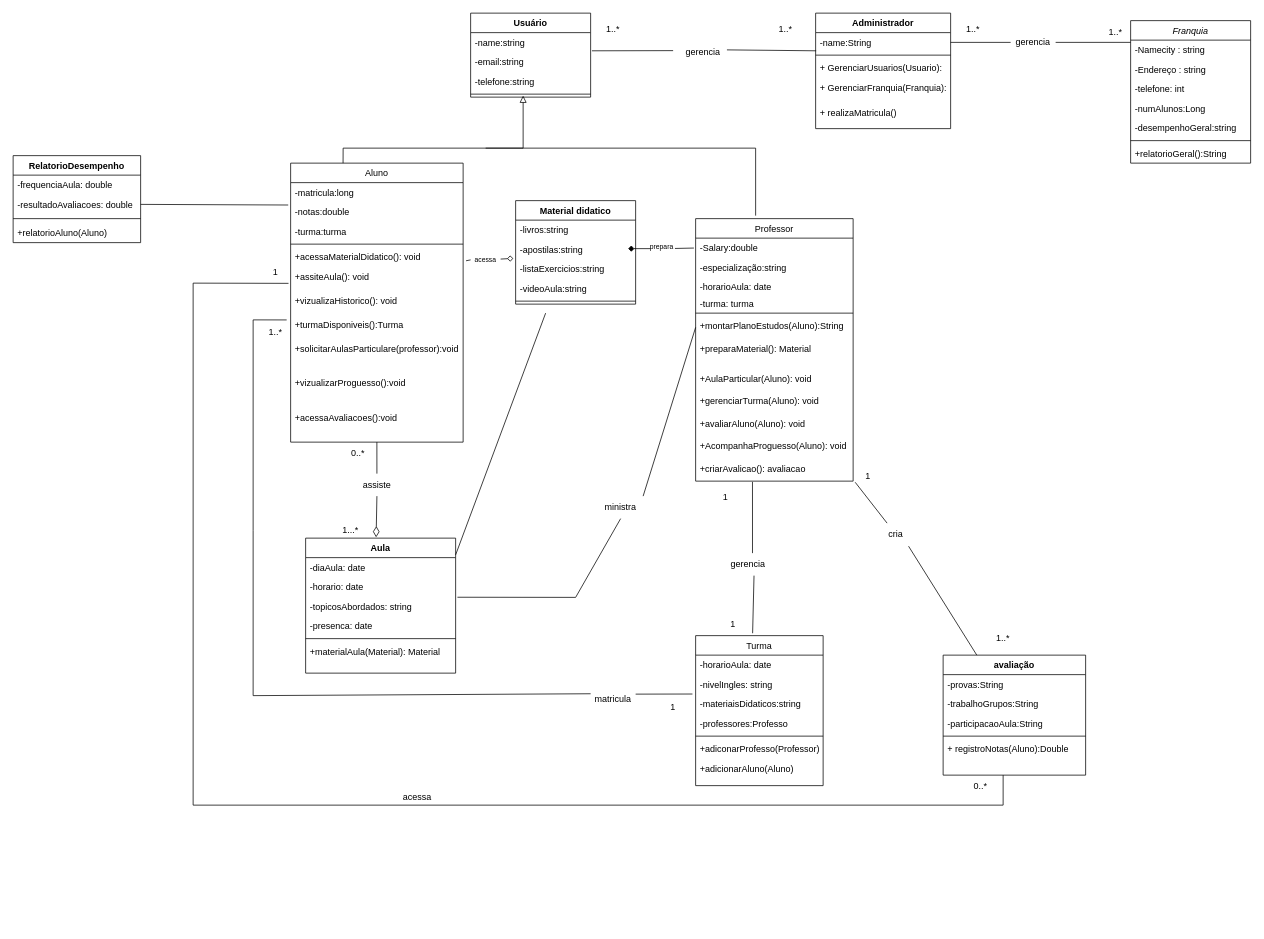
The draw.io diagram Diagrama-Classes/Escola-Ingles.drawio in Wal221/ProjetoWeb2, before the edit. Source tidied: cells renumbered, new cells numbered last; positions are measured from the earlier drawing's top-left corner, leaving out a move shared by most shapes. Both pictures are drawn from the tidied source at 75%, with x=0, y=0 at pixel (13, 13).
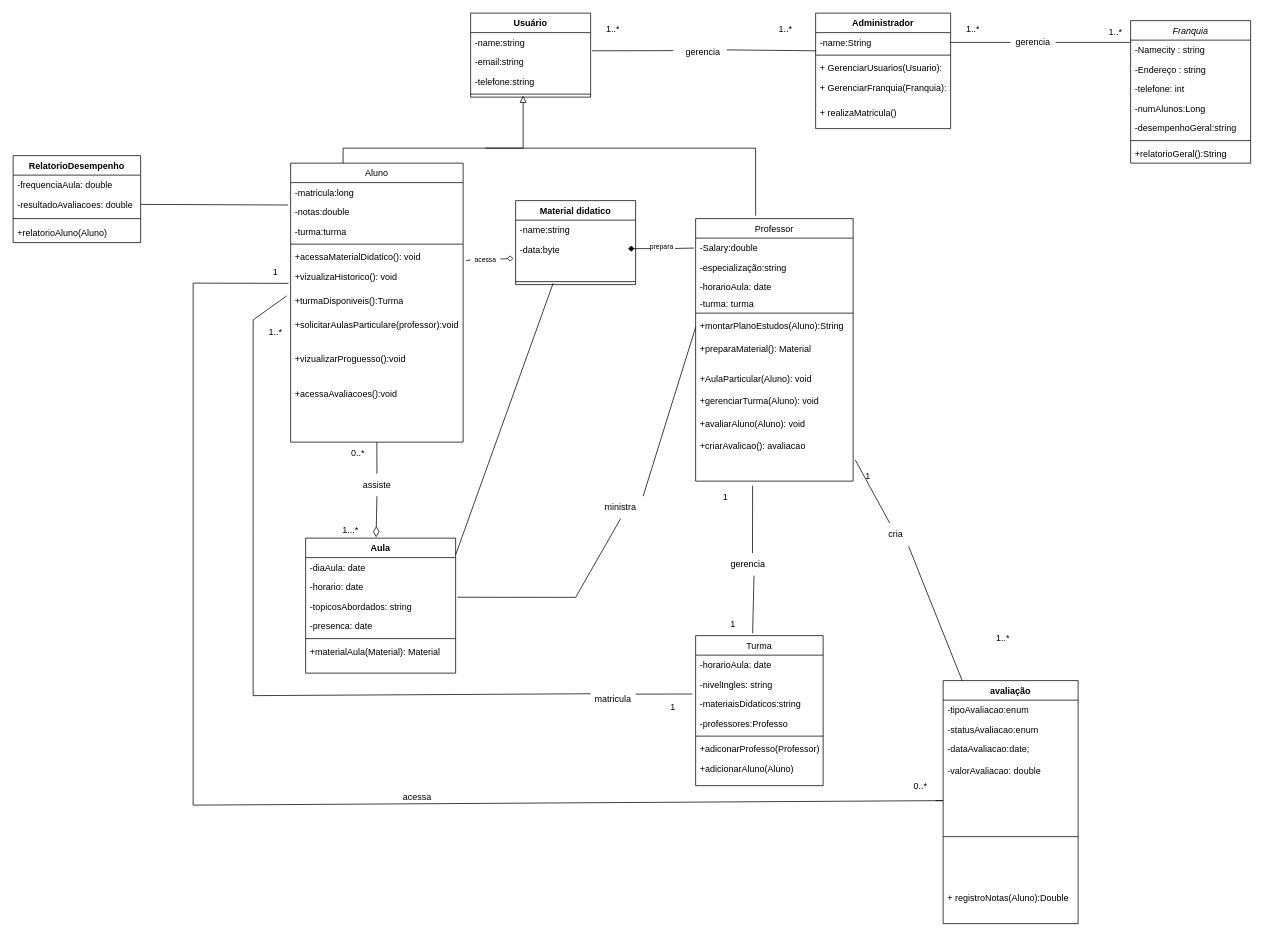
The same diagram, later.

Commit message:
atualizar avaliacaoEntity

The change refers to these unchanged cells:
```xml
<mxCell id="10" value="Aluno" style="swimlane;fontStyle=0;align=center;verticalAlign=top;horizontal=1;startSize=26;rounded=0;shadow=0;strokeWidth=1;" parent="1" vertex="1">
  <mxGeometry x="370" y="200" width="230" height="372" as="geometry" />
</mxCell>
<mxCell id="22" value="Professor" style="swimlane;fontStyle=0;align=center;verticalAlign=top;horizontal=1;startSize=26;rounded=0;shadow=0;strokeWidth=1;" parent="1" vertex="1">
  <mxGeometry x="910" y="274" width="210" height="350" as="geometry" />
</mxCell>
<mxCell id="43" value="Aula" style="swimlane;fontStyle=1;align=center;verticalAlign=top;horizontal=1;startSize=26;whiteSpace=wrap;html=1;" parent="1" vertex="1">
  <mxGeometry x="390" y="700" width="200" height="180" as="geometry" />
</mxCell>
<mxCell id="73" value="gerencia" style="text;html=1;align=center;verticalAlign=middle;whiteSpace=wrap;rounded=0;" parent="1" vertex="1">
  <mxGeometry x="950" y="720" width="60" height="30" as="geometry" />
</mxCell>
```

Diff of the diagram source:
```diff
@@
-    <mxCell id="16" value="+assiteAula(): void" style="text;align=left;verticalAlign=top;spacingLeft=4;spacingRight=4;overflow=hidden;rounded=0;shadow=0;html=0;" parent="10" vertex="1">
-      <mxGeometry y="138" width="230" height="32" as="geometry" />
-    </mxCell>
     <mxCell id="17" value="+vizualizaHistorico(): void" style="text;align=left;verticalAlign=top;spacingLeft=4;spacingRight=4;overflow=hidden;rounded=0;shadow=0;html=0;" parent="10" vertex="1">
-      <mxGeometry y="170" width="230" height="32" as="geometry" />
+      <mxGeometry y="138" width="230" height="32" as="geometry" />
     </mxCell>
     <mxCell id="18" value="+turmaDisponiveis():Turma" style="text;align=left;verticalAlign=top;spacingLeft=4;spacingRight=4;overflow=hidden;points=[[0,0.5],[1,0.5]];portConstraint=eastwest;rounded=0;shadow=0;html=0;" parent="10" vertex="1">
-      <mxGeometry y="202" width="230" height="32" as="geometry" />
+      <mxGeometry y="170" width="230" height="32" as="geometry" />
     </mxCell>
     <mxCell id="19" value="+solicitarAulasParticulare(professor):void" style="text;align=left;verticalAlign=top;spacingLeft=4;spacingRight=4;overflow=hidden;rounded=0;shadow=0;html=0;" parent="10" vertex="1">
-      <mxGeometry y="234" width="230" height="46" as="geometry" />
+      <mxGeometry y="202" width="230" height="46" as="geometry" />
     </mxCell>
     <mxCell id="20" value="+vizualizarProguesso():void" style="text;align=left;verticalAlign=top;spacingLeft=4;spacingRight=4;overflow=hidden;rounded=0;shadow=0;html=0;" parent="10" vertex="1">
-      <mxGeometry y="280" width="230" height="46" as="geometry" />
+      <mxGeometry y="248" width="230" height="46" as="geometry" />
     </mxCell>
     <mxCell id="21" value="+acessaAvaliacoes():void" style="text;align=left;verticalAlign=top;spacingLeft=4;spacingRight=4;overflow=hidden;rounded=0;shadow=0;html=0;" parent="10" vertex="1">
-      <mxGeometry y="326" width="230" height="46" as="geometry" />
+      <mxGeometry y="294" width="230" height="46" as="geometry" />
     </mxCell>
@@
-    <mxCell id="33" value="+AcompanhaProguesso(Aluno): void" style="text;align=left;verticalAlign=top;spacingLeft=4;spacingRight=4;overflow=hidden;" parent="22" vertex="1">
-      <mxGeometry y="290" width="210" height="30" as="geometry" />
-    </mxCell>
     <mxCell id="34" value="+criarAvalicao(): avaliacao&#10;" style="text;align=left;verticalAlign=top;spacingLeft=4;spacingRight=4;overflow=hidden;points=[[0,0.5],[1,0.5]];portConstraint=eastwest;" parent="22" vertex="1">
-      <mxGeometry y="320" width="210" height="30" as="geometry" />
+      <mxGeometry y="290" width="210" height="30" as="geometry" />
     </mxCell>
@@
     <mxCell id="84" value="Material didatico" style="swimlane;fontStyle=1;align=center;verticalAlign=top;horizontal=1;startSize=26;whiteSpace=wrap;html=1;" parent="1" vertex="1">
-      <mxGeometry x="670" y="250" width="160" height="138" as="geometry" />
+      <mxGeometry x="670" y="250" width="160" height="112" as="geometry" />
     </mxCell>
-    <mxCell id="85" value="-livros:string&lt;div&gt;&lt;br&gt;&lt;/div&gt;" style="text;strokeColor=none;fillColor=none;align=left;verticalAlign=top;spacingLeft=4;spacingRight=4;overflow=hidden;whiteSpace=wrap;html=1;" parent="84" vertex="1">
+    <mxCell id="85" value="-name:string&lt;div&gt;&lt;br&gt;&lt;/div&gt;" style="text;strokeColor=none;fillColor=none;align=left;verticalAlign=top;spacingLeft=4;spacingRight=4;overflow=hidden;whiteSpace=wrap;html=1;" parent="84" vertex="1">
       <mxGeometry y="26" width="160" height="26" as="geometry" />
     </mxCell>
-    <mxCell id="86" value="-apostilas:string&lt;div&gt;&lt;br&gt;&lt;/div&gt;" style="text;strokeColor=none;fillColor=none;align=left;verticalAlign=top;spacingLeft=4;spacingRight=4;overflow=hidden;whiteSpace=wrap;html=1;" parent="84" vertex="1">
+    <mxCell id="86" value="-data:byte&lt;div&gt;&lt;br&gt;&lt;/div&gt;" style="text;strokeColor=none;fillColor=none;align=left;verticalAlign=top;spacingLeft=4;spacingRight=4;overflow=hidden;whiteSpace=wrap;html=1;" parent="84" vertex="1">
       <mxGeometry y="52" width="160" height="26" as="geometry" />
     </mxCell>
-    <mxCell id="87" value="-listaExercicios:string&lt;div&gt;&lt;br&gt;&lt;/div&gt;" style="text;strokeColor=none;fillColor=none;align=left;verticalAlign=top;spacingLeft=4;spacingRight=4;overflow=hidden;points=[[0,0.5],[1,0.5]];portConstraint=eastwest;whiteSpace=wrap;html=1;" parent="84" vertex="1">
+    <mxCell id="87" value="&lt;div&gt;&lt;br&gt;&lt;/div&gt;" style="text;strokeColor=none;fillColor=none;align=left;verticalAlign=top;spacingLeft=4;spacingRight=4;overflow=hidden;points=[[0,0.5],[1,0.5]];portConstraint=eastwest;whiteSpace=wrap;html=1;" parent="84" vertex="1">
       <mxGeometry y="78" width="160" height="26" as="geometry" />
     </mxCell>
-    <mxCell id="88" value="-videoAula:string&lt;div&gt;&lt;br&gt;&lt;/div&gt;" style="text;strokeColor=none;fillColor=none;align=left;verticalAlign=top;spacingLeft=4;spacingRight=4;overflow=hidden;whiteSpace=wrap;html=1;" parent="84" vertex="1">
-      <mxGeometry y="104" width="160" height="26" as="geometry" />
-    </mxCell>
     <mxCell id="89" style="line;strokeWidth=1;fillColor=none;align=left;verticalAlign=middle;spacingTop=-1;spacingLeft=3;spacingRight=3;labelPosition=right;points=[];portConstraint=eastwest;strokeColor=inherit;" parent="84" vertex="1">
-      <mxGeometry y="130" width="160" height="8" as="geometry" />
+      <mxGeometry y="104" width="160" height="8" as="geometry" />
     </mxCell>
@@
-    <mxCell id="96" style="endArrow=none;html=1;rounded=0;entryX=0;entryY=1;entryDx=0;entryDy=0;exitX=1;exitY=0.124;exitDx=0;exitDy=0;exitPerimeter=0;" parent="1" edge="1" source="43">
-      <mxGeometry relative="1" as="geometry">
-        <mxPoint x="710" y="400" as="targetPoint" />
-      </mxGeometry>
+    <mxCell id="96" style="endArrow=none;html=1;rounded=0;entryX=0.313;entryY=0.75;entryDx=0;entryDy=0;exitX=1;exitY=0.124;exitDx=0;exitDy=0;exitPerimeter=0;entryPerimeter=0;" parent="1" edge="1" source="43" target="89">
+      <mxGeometry relative="1" as="geometry" />
     </mxCell>
     <mxCell id="97" value="avaliação" style="swimlane;fontStyle=1;align=center;verticalAlign=top;horizontal=1;startSize=26;whiteSpace=wrap;html=1;" parent="1" vertex="1">
-      <mxGeometry x="1240" y="856" width="190" height="160" as="geometry" />
+      <mxGeometry x="1240" y="890" width="180" height="324" as="geometry" />
     </mxCell>
-    <mxCell id="98" value="-provas:String" style="text;strokeColor=none;fillColor=none;align=left;verticalAlign=top;spacingLeft=4;spacingRight=4;overflow=hidden;whiteSpace=wrap;html=1;" parent="97" vertex="1">
-      <mxGeometry y="26" width="190" height="26" as="geometry" />
+    <mxCell id="98" value="-tipoAvaliacao:enum" style="text;strokeColor=none;fillColor=none;align=left;verticalAlign=top;spacingLeft=4;spacingRight=4;overflow=hidden;whiteSpace=wrap;html=1;" parent="97" vertex="1">
+      <mxGeometry y="26" width="180" height="26" as="geometry" />
     </mxCell>
-    <mxCell id="99" value="-trabalhoGrupos:String&lt;div&gt;&lt;br&gt;&lt;/div&gt;" style="text;strokeColor=none;fillColor=none;align=left;verticalAlign=top;spacingLeft=4;spacingRight=4;overflow=hidden;whiteSpace=wrap;html=1;" parent="97" vertex="1">
-      <mxGeometry y="52" width="190" height="26" as="geometry" />
+    <mxCell id="99" value="-statusAvaliacao:enum&lt;div&gt;&lt;br&gt;&lt;/div&gt;" style="text;strokeColor=none;fillColor=none;align=left;verticalAlign=top;spacingLeft=4;spacingRight=4;overflow=hidden;whiteSpace=wrap;html=1;" parent="97" vertex="1">
+      <mxGeometry y="52" width="180" height="26" as="geometry" />
     </mxCell>
-    <mxCell id="100" value="-participacaoAula:String&lt;div&gt;&lt;br&gt;&lt;/div&gt;" style="text;strokeColor=none;fillColor=none;align=left;verticalAlign=top;spacingLeft=4;spacingRight=4;overflow=hidden;whiteSpace=wrap;html=1;" parent="97" vertex="1">
-      <mxGeometry y="78" width="190" height="26" as="geometry" />
+    <mxCell id="100" value="-dataAvaliacao:date;&lt;div&gt;&lt;br&gt;&lt;div&gt;-valorAvaliacao: double&lt;/div&gt;&lt;div&gt;&lt;br&gt;&lt;div&gt;&lt;br&gt;&lt;/div&gt;&lt;/div&gt;&lt;/div&gt;" style="text;strokeColor=none;fillColor=none;align=left;verticalAlign=top;spacingLeft=4;spacingRight=4;overflow=hidden;whiteSpace=wrap;html=1;" parent="97" vertex="1">
+      <mxGeometry y="78" width="180" height="62" as="geometry" />
     </mxCell>
     <mxCell id="101" style="line;strokeWidth=1;fillColor=none;align=left;verticalAlign=middle;spacingTop=-1;spacingLeft=3;spacingRight=3;labelPosition=right;strokeColor=inherit;" parent="97" vertex="1">
-      <mxGeometry y="104" width="190" height="8" as="geometry" />
+      <mxGeometry y="140" width="180" height="136" as="geometry" />
     </mxCell>
     <mxCell id="102" value="+ registroNotas(Aluno):Double" style="text;strokeColor=none;fillColor=none;align=left;verticalAlign=top;spacingLeft=4;spacingRight=4;overflow=hidden;whiteSpace=wrap;html=1;" parent="97" vertex="1">
-      <mxGeometry y="112" width="190" height="48" as="geometry" />
+      <mxGeometry y="276" width="180" height="48" as="geometry" />
     </mxCell>
@@
-    <mxCell id="104" style="endArrow=none;html=1;rounded=0;entryX=0.361;entryY=1.033;entryDx=0;entryDy=0;entryPerimeter=0;exitX=0.597;exitY=0;exitDx=0;exitDy=0;exitPerimeter=0;" parent="1" edge="1" source="73" target="34">
-      <mxGeometry relative="1" as="geometry" />
+    <mxCell id="104" style="endArrow=none;html=1;rounded=0;exitX=0.597;exitY=0;exitDx=0;exitDy=0;exitPerimeter=0;" parent="1" edge="1" source="73">
+      <mxGeometry relative="1" as="geometry">
+        <mxPoint x="986" y="630" as="targetPoint" />
+      </mxGeometry>
     </mxCell>
@@
-    <mxCell id="111" style="endArrow=none;html=1;rounded=0;entryX=-0.012;entryY=0.196;entryDx=0;entryDy=0;entryPerimeter=0;exitX=0.5;exitY=1.231;exitDx=0;exitDy=0;exitPerimeter=0;" parent="1" edge="1">
+    <mxCell id="111" style="endArrow=none;html=1;rounded=0;entryX=-0.012;entryY=0.196;entryDx=0;entryDy=0;entryPerimeter=0;" parent="1" edge="1">
       <mxGeometry relative="1" as="geometry">
-        <mxPoint x="1320" y="1016" as="sourcePoint" />
+        <mxPoint x="1230" y="1050" as="sourcePoint" />
         <mxPoint x="367.2" y="360.3" as="targetPoint" />
         <Array as="points">
-          <mxPoint x="1320" y="1056" />
+          <mxPoint x="1240" y="1050" />
           <mxPoint x="240" y="1056" />
           <mxPoint x="240" y="360" />
         </Array>
       </mxGeometry>
     </mxCell>
@@
     <mxCell id="120" value="0..*" style="text;html=1;align=center;verticalAlign=middle;whiteSpace=wrap;rounded=0;" parent="1" vertex="1">
-      <mxGeometry x="1260" y="1016" width="60" height="30" as="geometry" />
+      <mxGeometry x="1180" y="1016" width="60" height="30" as="geometry" />
     </mxCell>
```
